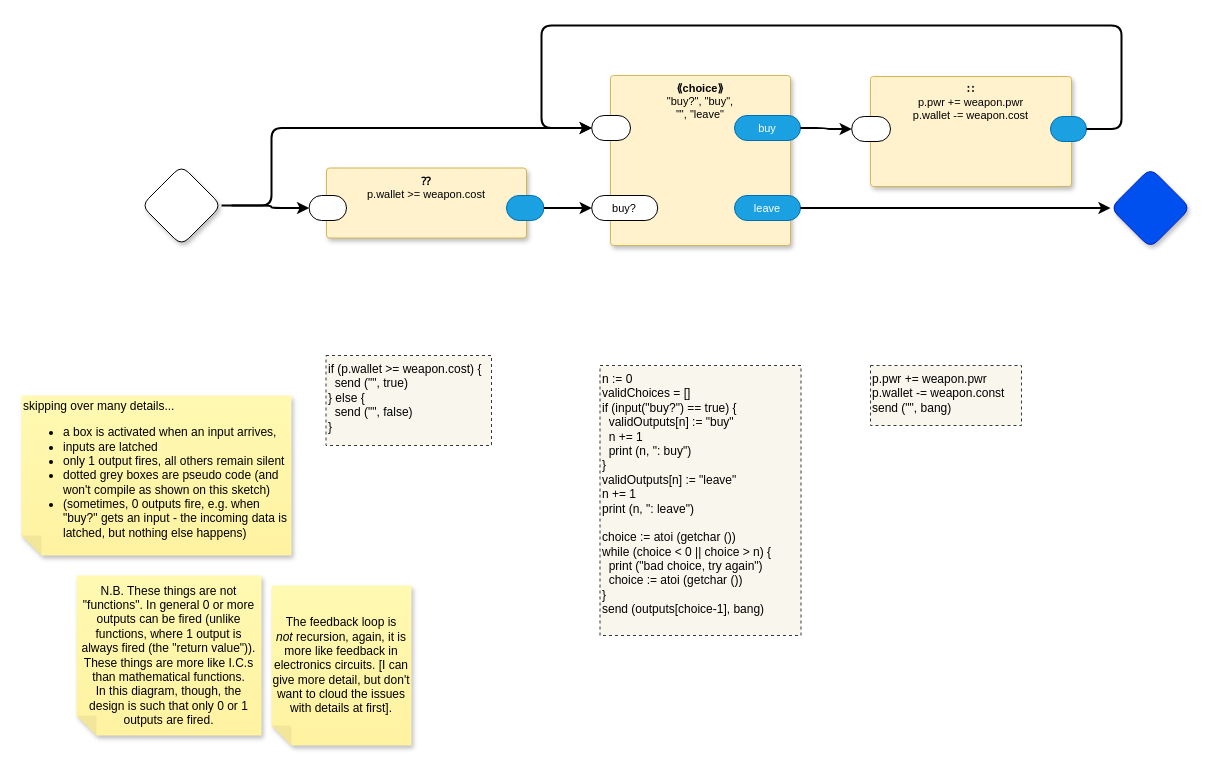
Before: page "Shop" (4 of 4) of test-dc0d.drawio in guitarvydas/gen0d, a draw.io diagram. Source tidied: cells renumbered, new cells numbered last; positions are measured from the earlier drawing's top-left corner, leaving out a move shared by most shapes. Both pictures are drawn from the tidied source at 100%, with x=0, y=0 at pixel (21, 25).
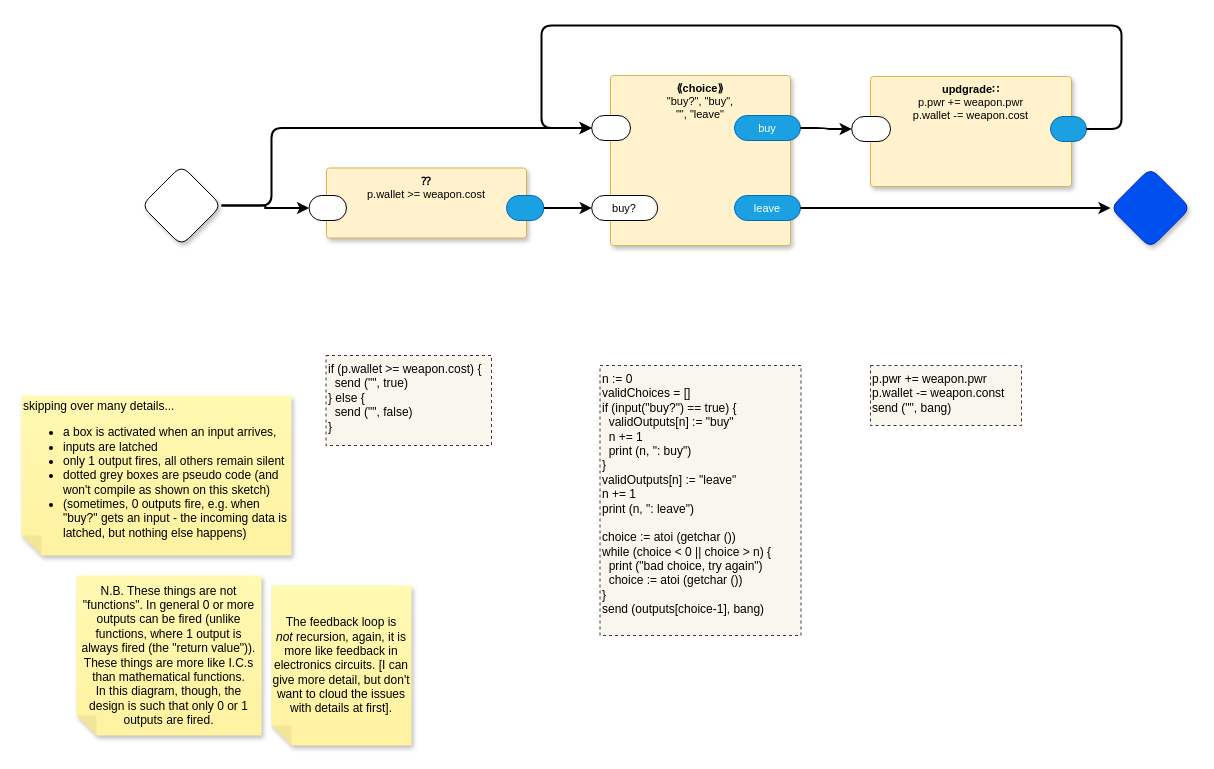
The same page after the edit.

The change refers to these unchanged cells:
```xml
<mxCell id="5" style="rhombus;whiteSpace=wrap;html=1;rounded=1;fontStyle=1;glass=0;sketch=0;fontSize=12;points=[[0,0.5,0,0,0],[0.5,0,0,0,0],[0.5,1,0,0,0],[1,0.5,0,0,0]];shadow=1;fontFamily=Helvetica;fontColor=default;" parent="1" vertex="1">
  <mxGeometry x="120" y="140" width="80" height="80" as="geometry" />
</mxCell>
<mxCell id="16" style="rounded=1;whiteSpace=wrap;html=1;sketch=0;points=[[0,0.5,0,0,0],[1,0.5,0,0,0]];arcSize=50;fontFamily=Helvetica;fontSize=11;fontColor=default;" parent="15" vertex="1">
  <mxGeometry x="-17.4" y="27.5" width="37.4" height="25" as="geometry" />
</mxCell>
```

Diff of the diagram source:
```diff
@@
-    <mxCell id="2" value="&lt;b style=&quot;border-color: var(--border-color);&quot;&gt;∷&lt;br&gt;&lt;/b&gt;p.pwr += weapon.pwr&lt;br&gt;p.wallet -= weapon.cost" style="rounded=1;whiteSpace=wrap;html=1;sketch=0;verticalAlign=top;arcSize=6;fontStyle=0;absoluteArcSize=1;shadow=1;strokeColor=#d6b656;fillColor=#fff2cc;fontFamily=Helvetica;fontSize=11;" parent="1" vertex="1">
+    <mxCell id="2" value="&lt;b style=&quot;border-color: var(--border-color);&quot;&gt;updgrade∷&lt;br&gt;&lt;/b&gt;p.pwr += weapon.pwr&lt;br&gt;p.wallet -= weapon.cost" style="rounded=1;whiteSpace=wrap;html=1;sketch=0;verticalAlign=top;arcSize=6;fontStyle=0;absoluteArcSize=1;shadow=1;strokeColor=#d6b656;fillColor=#fff2cc;fontFamily=Helvetica;fontSize=11;" parent="1" vertex="1">
       <mxGeometry x="849" y="51" width="201" height="110" as="geometry" />
     </mxCell>
@@
-    <mxCell id="19" style="edgeStyle=orthogonalEdgeStyle;shape=connector;curved=0;rounded=1;jettySize=auto;html=1;entryX=0;entryY=0.5;entryDx=0;entryDy=0;entryPerimeter=0;labelBackgroundColor=default;strokeColor=default;strokeWidth=2;align=center;verticalAlign=middle;fontFamily=Helvetica;fontSize=11;fontColor=default;endArrow=classic;" parent="1" edge="1" target="16">
-      <mxGeometry relative="1" as="geometry">
-        <mxPoint x="210" y="180" as="sourcePoint" />
-        <Array as="points">
-          <mxPoint x="250" y="180" />
-          <mxPoint x="250" y="183" />
-        </Array>
-      </mxGeometry>
-    </mxCell>
@@
+    <mxCell id="27" style="edgeStyle=orthogonalEdgeStyle;rounded=0;jettySize=auto;html=1;exitX=1;exitY=0.5;exitDx=0;exitDy=0;exitPerimeter=0;entryX=0;entryY=0.5;entryDx=0;entryDy=0;entryPerimeter=0;strokeWidth=2;" parent="1" edge="1" source="5" target="16">
+      <mxGeometry relative="1" as="geometry" />
+    </mxCell>
```
